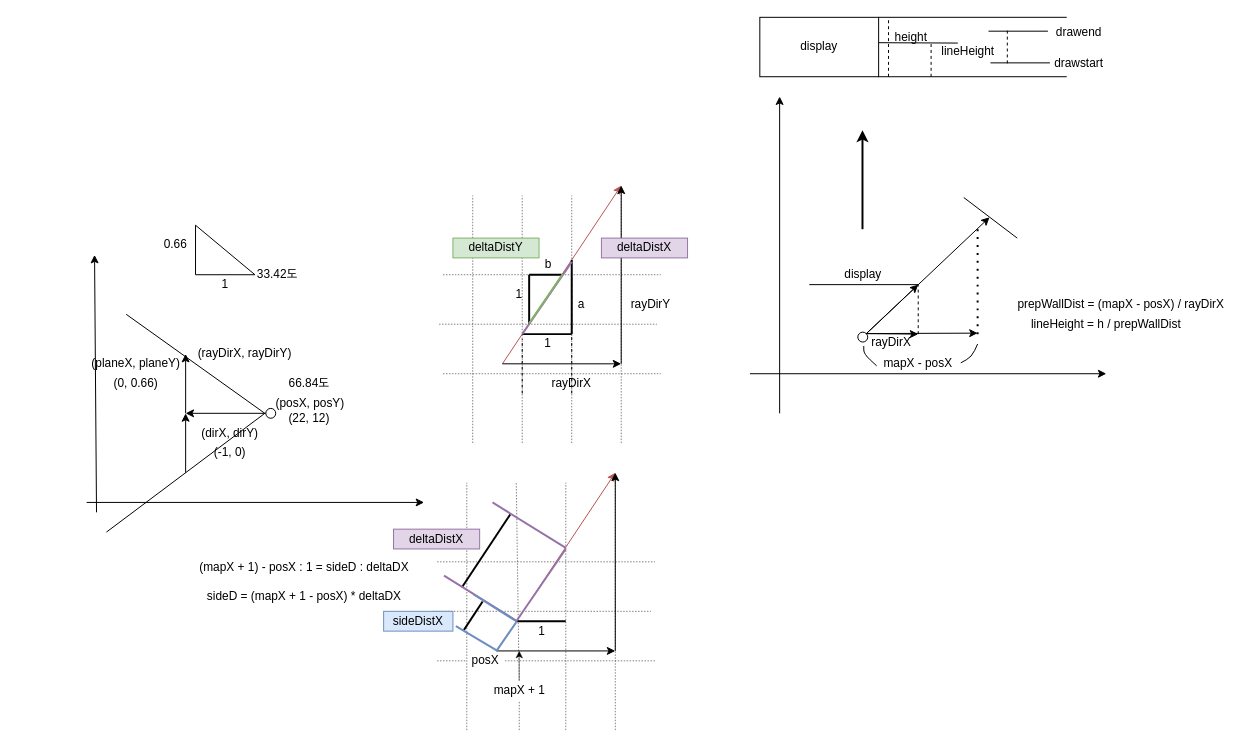
The draw.io diagram page "Page-1" (1 of 3) of cub3d.drawio in Lee-seungju/drawfile, before the edit. Source tidied: cells renumbered, new cells numbered last; positions are measured from the earlier drawing's top-left corner, leaving out a move shared by most shapes. Both pictures are drawn from the tidied source at 99%, with x=0, y=0 at pixel (86, 17).
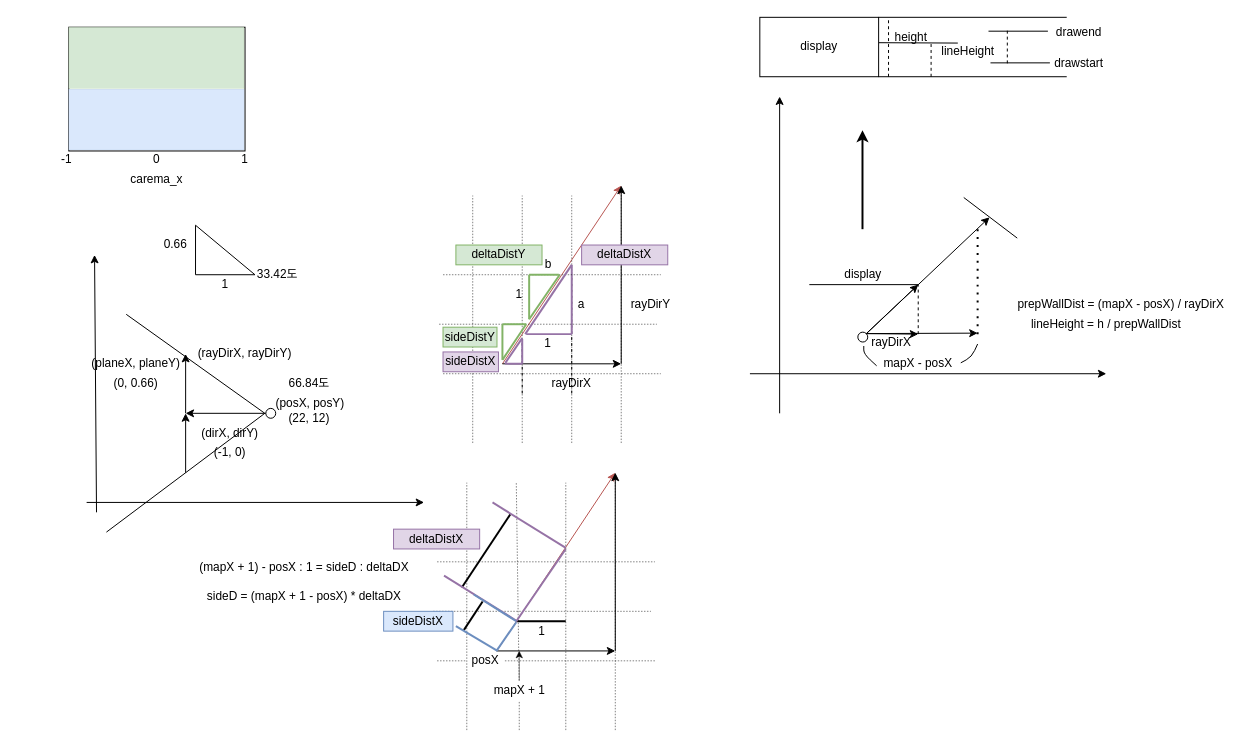
After the change.

The change refers to these unchanged cells:
```xml
<mxCell id="47" value="b" style="text;html=1;strokeColor=none;fillColor=none;align=center;verticalAlign=middle;whiteSpace=wrap;rounded=0;" parent="1" vertex="1">
  <mxGeometry x="422.5" y="240" width="87" height="20" as="geometry" />
</mxCell>
```

What changed in the source:
```diff
@@
-    <mxCell id="39" style="endArrow=none;html=1;strokeWidth=2;" parent="1" edge="1">
+    <mxCell id="39" style="endArrow=none;html=1;strokeWidth=2;fillColor=#e1d5e7;strokeColor=#9673a6;" parent="1" edge="1">
       <mxGeometry relative="1" as="geometry">
-        <mxPoint x="440" y="320" as="sourcePoint" />
+        <mxPoint x="444" y="320" as="sourcePoint" />
         <mxPoint x="490" y="320" as="targetPoint" />
       </mxGeometry>
     </mxCell>
-    <mxCell id="40" style="endArrow=none;html=1;strokeWidth=2;" parent="1" edge="1">
+    <mxCell id="40" style="endArrow=none;html=1;strokeWidth=2;fillColor=#e1d5e7;strokeColor=#9673a6;" parent="1" edge="1">
       <mxGeometry relative="1" as="geometry">
-        <mxPoint x="490" y="245" as="sourcePoint" />
+        <mxPoint x="490" y="250" as="sourcePoint" />
         <mxPoint x="490" y="320" as="targetPoint" />
       </mxGeometry>
     </mxCell>
@@
-    <mxCell id="44" style="endArrow=none;html=1;strokeWidth=2;" parent="1" edge="1">
+    <mxCell id="44" style="endArrow=none;html=1;strokeWidth=2;fillColor=#d5e8d4;strokeColor=#82b366;" parent="1" edge="1">
       <mxGeometry relative="1" as="geometry">
-        <mxPoint x="447" y="310" as="sourcePoint" />
+        <mxPoint x="447" y="305" as="sourcePoint" />
         <mxPoint x="447" y="260" as="targetPoint" />
       </mxGeometry>
     </mxCell>
-    <mxCell id="45" style="endArrow=none;html=1;strokeWidth=2;" parent="1" edge="1">
+    <mxCell id="45" style="endArrow=none;html=1;strokeWidth=2;fillColor=#d5e8d4;strokeColor=#82b366;" parent="1" edge="1">
       <mxGeometry relative="1" as="geometry">
-        <mxPoint x="480" y="260" as="sourcePoint" />
+        <mxPoint x="477" y="260" as="sourcePoint" />
         <mxPoint x="447" y="260" as="targetPoint" />
       </mxGeometry>
     </mxCell>
@@
-    <mxCell id="48" style="endArrow=none;html=1;strokeWidth=2;entryX=0.776;entryY=0.35;entryDx=0;entryDy=0;entryPerimeter=0;fillColor=#e1d5e7;strokeColor=#9673a6;" parent="1" edge="1" target="47">
+    <mxCell id="48" style="endArrow=none;html=1;strokeWidth=2;fillColor=#e1d5e7;strokeColor=#9673a6;" parent="1" edge="1">
       <mxGeometry relative="1" as="geometry">
-        <mxPoint x="440" y="320" as="sourcePoint" />
+        <mxPoint x="443" y="320" as="sourcePoint" />
+        <mxPoint x="490" y="250" as="targetPoint" />
       </mxGeometry>
     </mxCell>
-    <mxCell id="49" style="endArrow=none;html=1;strokeWidth=2;fillColor=#d5e8d4;strokeColor=#82b366;entryX=0.67;entryY=0.979;entryDx=0;entryDy=0;entryPerimeter=0;" parent="1" edge="1" target="47">
+    <mxCell id="49" style="endArrow=none;html=1;strokeWidth=2;fillColor=#d5e8d4;strokeColor=#82b366;entryX=0.636;entryY=1.001;entryDx=0;entryDy=0;entryPerimeter=0;" parent="1" edge="1" target="47">
       <mxGeometry relative="1" as="geometry">
-        <mxPoint x="447" y="309" as="sourcePoint" />
+        <mxPoint x="447" y="305" as="sourcePoint" />
       </mxGeometry>
     </mxCell>
@@
     <mxCell id="70" value="deltaDistX" style="text;html=1;align=center;verticalAlign=middle;whiteSpace=wrap;rounded=0;fillColor=#e1d5e7;strokeColor=#9673a6;" parent="1" vertex="1">
-      <mxGeometry x="520" y="223" width="87" height="20" as="geometry" />
+      <mxGeometry x="500" y="230" width="87" height="20" as="geometry" />
     </mxCell>
     <mxCell id="71" value="deltaDistY" style="text;html=1;strokeColor=#82b366;fillColor=#d5e8d4;align=center;verticalAlign=middle;whiteSpace=wrap;rounded=0;" parent="1" vertex="1">
-      <mxGeometry x="370" y="223" width="87" height="20" as="geometry" />
+      <mxGeometry x="373" y="230" width="87" height="20" as="geometry" />
     </mxCell>
@@
+    <mxCell id="110" style="rounded=0;whiteSpace=wrap;html=1;" parent="1" vertex="1">
+      <mxGeometry x="-18" y="10" width="178" height="125" as="geometry" />
+    </mxCell>
+    <mxCell id="111" style="rounded=0;whiteSpace=wrap;html=1;strokeWidth=0;fillColor=#dae8fc;strokeColor=#6c8ebf;" parent="1" vertex="1">
+      <mxGeometry x="-18" y="72.5" width="177" height="61.5" as="geometry" />
+    </mxCell>
+    <mxCell id="112" style="shape=trapezoid;perimeter=trapezoidPerimeter;whiteSpace=wrap;html=1;fixedSize=1;rotation=-180;size=0;fillColor=#d5e8d4;strokeColor=#82b366;strokeWidth=0;" parent="1" vertex="1">
+      <mxGeometry x="-18" y="10" width="177" height="62" as="geometry" />
+    </mxCell>
+    <mxCell id="113" value="0" style="text;html=1;strokeColor=none;fillColor=none;align=center;verticalAlign=middle;whiteSpace=wrap;rounded=0;" parent="1" vertex="1">
+      <mxGeometry x="20.5" y="134" width="100" height="20" as="geometry" />
+    </mxCell>
+    <mxCell id="114" value="-1" style="text;html=1;strokeColor=none;fillColor=none;align=center;verticalAlign=middle;whiteSpace=wrap;rounded=0;" parent="1" vertex="1">
+      <mxGeometry x="-70" y="134" width="100" height="20" as="geometry" />
+    </mxCell>
+    <mxCell id="115" value="1" style="text;html=1;strokeColor=none;fillColor=none;align=center;verticalAlign=middle;whiteSpace=wrap;rounded=0;" parent="1" vertex="1">
+      <mxGeometry x="110" y="134" width="100" height="20" as="geometry" />
+    </mxCell>
+    <mxCell id="116" value="carema_x" style="text;html=1;strokeColor=none;fillColor=none;align=center;verticalAlign=middle;whiteSpace=wrap;rounded=0;" parent="1" vertex="1">
+      <mxGeometry x="21" y="154" width="100" height="20" as="geometry" />
+    </mxCell>
+    <mxCell id="117" style="endArrow=none;html=1;strokeWidth=2;fillColor=#d5e8d4;strokeColor=#82b366;" parent="1" edge="1">
+      <mxGeometry relative="1" as="geometry">
+        <mxPoint x="444" y="310" as="sourcePoint" />
+        <mxPoint x="420" y="310" as="targetPoint" />
+      </mxGeometry>
+    </mxCell>
+    <mxCell id="118" style="endArrow=none;html=1;strokeWidth=2;fillColor=#d5e8d4;strokeColor=#82b366;" parent="1" edge="1">
+      <mxGeometry relative="1" as="geometry">
+        <mxPoint x="420" y="346" as="sourcePoint" />
+        <mxPoint x="420" y="310" as="targetPoint" />
+      </mxGeometry>
+    </mxCell>
+    <mxCell id="119" style="endArrow=none;html=1;strokeWidth=2;fillColor=#d5e8d4;strokeColor=#82b366;" parent="1" edge="1">
+      <mxGeometry relative="1" as="geometry">
+        <mxPoint x="420" y="346" as="sourcePoint" />
+        <mxPoint x="444" y="310" as="targetPoint" />
+      </mxGeometry>
+    </mxCell>
+    <mxCell id="120" style="endArrow=none;html=1;strokeWidth=2;fillColor=#e1d5e7;strokeColor=#9673a6;" parent="1" edge="1">
+      <mxGeometry relative="1" as="geometry">
+        <mxPoint x="422.5" y="349.8" as="sourcePoint" />
+        <mxPoint x="440" y="350" as="targetPoint" />
+      </mxGeometry>
+    </mxCell>
+    <mxCell id="121" style="endArrow=none;html=1;strokeWidth=2;fillColor=#e1d5e7;strokeColor=#9673a6;" parent="1" edge="1">
+      <mxGeometry relative="1" as="geometry">
+        <mxPoint x="423" y="349" as="sourcePoint" />
+        <mxPoint x="440" y="324" as="targetPoint" />
+      </mxGeometry>
+    </mxCell>
+    <mxCell id="122" style="endArrow=none;html=1;strokeWidth=2;fillColor=#e1d5e7;strokeColor=#9673a6;" parent="1" edge="1">
+      <mxGeometry relative="1" as="geometry">
+        <mxPoint x="440" y="325" as="sourcePoint" />
+        <mxPoint x="440" y="350" as="targetPoint" />
+      </mxGeometry>
+    </mxCell>
+    <mxCell id="123" value="sideDistY" style="text;html=1;strokeColor=#82b366;fillColor=#d5e8d4;align=center;verticalAlign=middle;whiteSpace=wrap;rounded=0;" parent="1" vertex="1">
+      <mxGeometry x="360" y="313" width="54.5" height="20" as="geometry" />
+    </mxCell>
+    <mxCell id="124" value="sideDistX" style="text;html=1;align=center;verticalAlign=middle;whiteSpace=wrap;rounded=0;fillColor=#e1d5e7;strokeColor=#9673a6;" parent="1" vertex="1">
+      <mxGeometry x="360" y="338" width="56" height="20" as="geometry" />
+    </mxCell>
```
